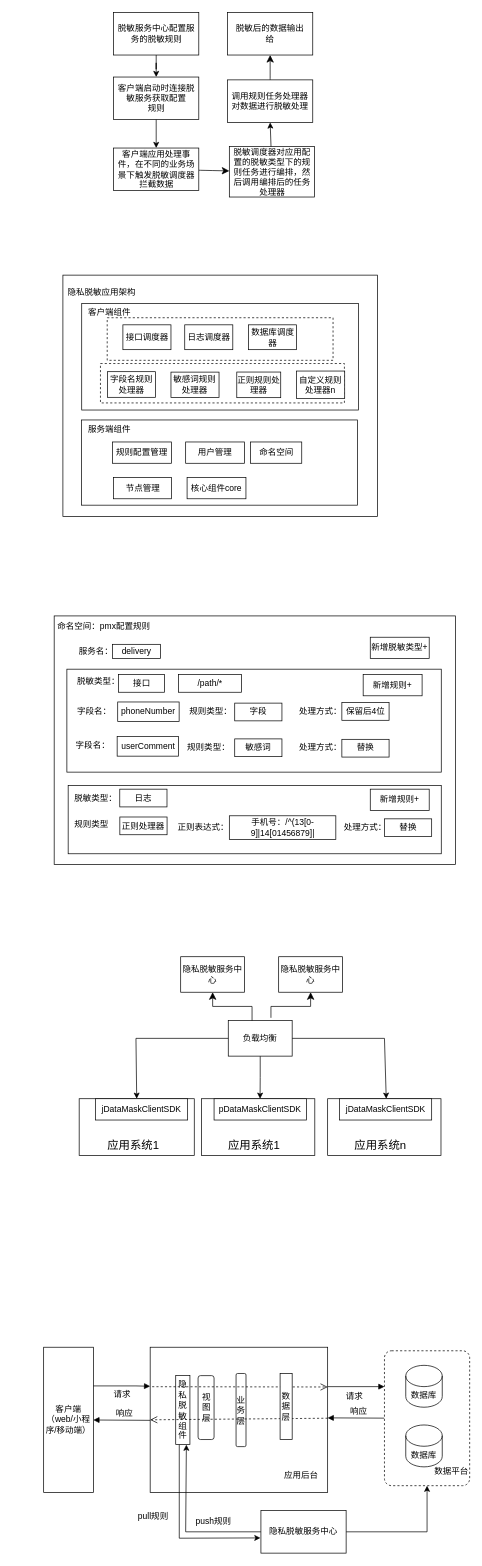
The draw.io diagram Untitled Diagram.drawio in chordcreater/chordcreater.github.io, before the edit. Source tidied: cells renumbered, new cells numbered last; positions are measured from the earlier drawing's top-left corner, leaving out a move shared by most shapes. Both pictures are drawn from the tidied source at 71%, with x=0, y=0 at pixel (43, 12).
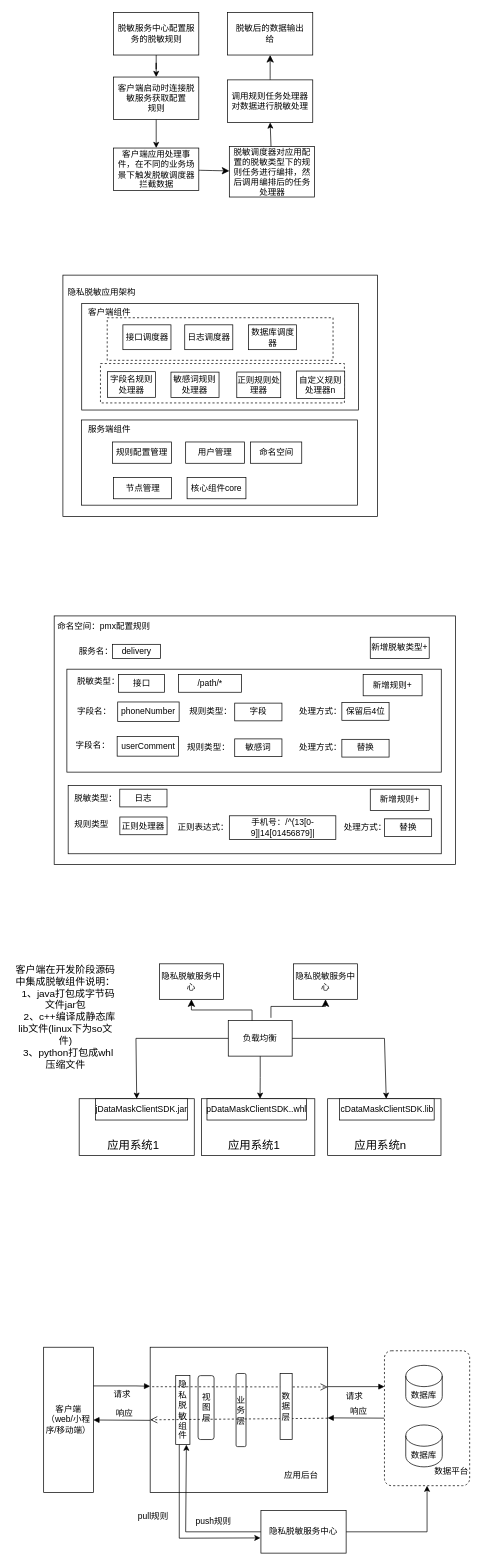
After the change.

What changed in the source:
```diff
@@
     <mxCell id="101" value="隐私脱敏服务中心" style="rounded=0;whiteSpace=wrap;html=1;strokeColor=default;fontFamily=Helvetica;fontSize=12;fontColor=default;fillColor=default;" parent="1" vertex="1">
-      <mxGeometry x="193" y="1330" width="90" height="50" as="geometry" />
+      <mxGeometry x="163.1" y="1340" width="90" height="50" as="geometry" />
     </mxCell>
     <mxCell id="102" value="隐私脱敏服务中心" style="rounded=0;whiteSpace=wrap;html=1;strokeColor=default;fontFamily=Helvetica;fontSize=12;fontColor=default;fillColor=default;" parent="1" vertex="1">
-      <mxGeometry x="331" y="1330" width="90" height="50" as="geometry" />
+      <mxGeometry x="352" y="1340" width="90" height="50" as="geometry" />
     </mxCell>
@@
-    <mxCell id="106" value="pDataMaskClientSDK" style="rounded=0;whiteSpace=wrap;html=1;strokeColor=default;fontFamily=Helvetica;fontSize=12;fontColor=default;fillColor=default;" parent="1" vertex="1">
-      <mxGeometry x="240" y="1530" width="130" height="30" as="geometry" />
+    <mxCell id="106" value="pDataMaskClientSDK..whl" style="rounded=0;whiteSpace=wrap;html=1;strokeColor=default;fontFamily=Helvetica;fontSize=12;fontColor=default;fillColor=default;" parent="1" vertex="1">
+      <mxGeometry x="230" y="1530" width="140" height="30" as="geometry" />
     </mxCell>
-    <mxCell id="107" value="jDataMaskClientSDK" style="rounded=0;whiteSpace=wrap;html=1;strokeColor=default;fontFamily=Helvetica;fontSize=12;fontColor=default;fillColor=default;" parent="1" vertex="1">
+    <mxCell id="107" value="jDataMaskClientSDK.jar" style="rounded=0;whiteSpace=wrap;html=1;strokeColor=default;fontFamily=Helvetica;fontSize=12;fontColor=default;fillColor=default;" parent="1" vertex="1">
       <mxGeometry x="72.8" y="1530" width="130" height="30" as="geometry" />
     </mxCell>
-    <mxCell id="108" value="jDataMaskClientSDK" style="rounded=0;whiteSpace=wrap;html=1;strokeColor=default;fontFamily=Helvetica;fontSize=12;fontColor=default;fillColor=default;" parent="1" vertex="1">
-      <mxGeometry x="416.5" y="1530" width="130" height="30" as="geometry" />
+    <mxCell id="108" value="cDataMaskClientSDK.lib" style="rounded=0;whiteSpace=wrap;html=1;strokeColor=default;fontFamily=Helvetica;fontSize=12;fontColor=default;fillColor=default;" parent="1" vertex="1">
+      <mxGeometry x="416.5" y="1530" width="133.5" height="30" as="geometry" />
     </mxCell>
+    <mxCell id="109" value="&lt;font style=&quot;font-size: 14px;&quot;&gt;客户端在开发阶段源码中集成脱敏组件说明：&lt;br&gt;&amp;nbsp; 1、java打包成字节码文件jar包&lt;br&gt;&amp;nbsp; &amp;nbsp;2、c++编译成静态库lib文件(linux下为so文件)&lt;br&gt;&amp;nbsp; 3、python打包成whl压缩文件&lt;/font&gt;" style="text;html=1;strokeColor=none;fillColor=none;align=center;verticalAlign=middle;whiteSpace=wrap;rounded=0;" parent="1" vertex="1">
+      <mxGeometry x="-44.5" y="1320" width="150" height="190" as="geometry" />
+    </mxCell>
```
